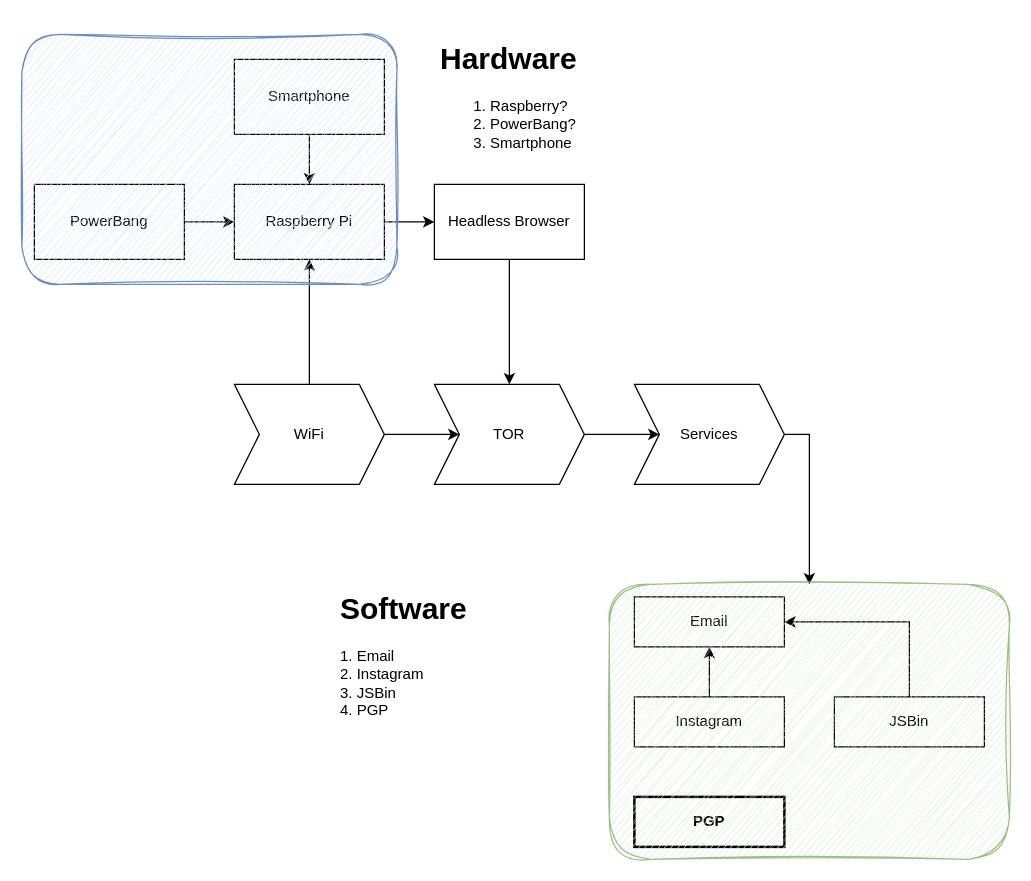
Earlier version of the draw.io diagram Untitled Diagram.drawio (rageofaxe/ecse). Source tidied: cells renumbered, new cells numbered last; positions are measured from the earlier drawing's top-left corner, leaving out a move shared by most shapes. Both pictures are drawn from the tidied source at 125%, with x=0, y=0 at pixel (21, 34).
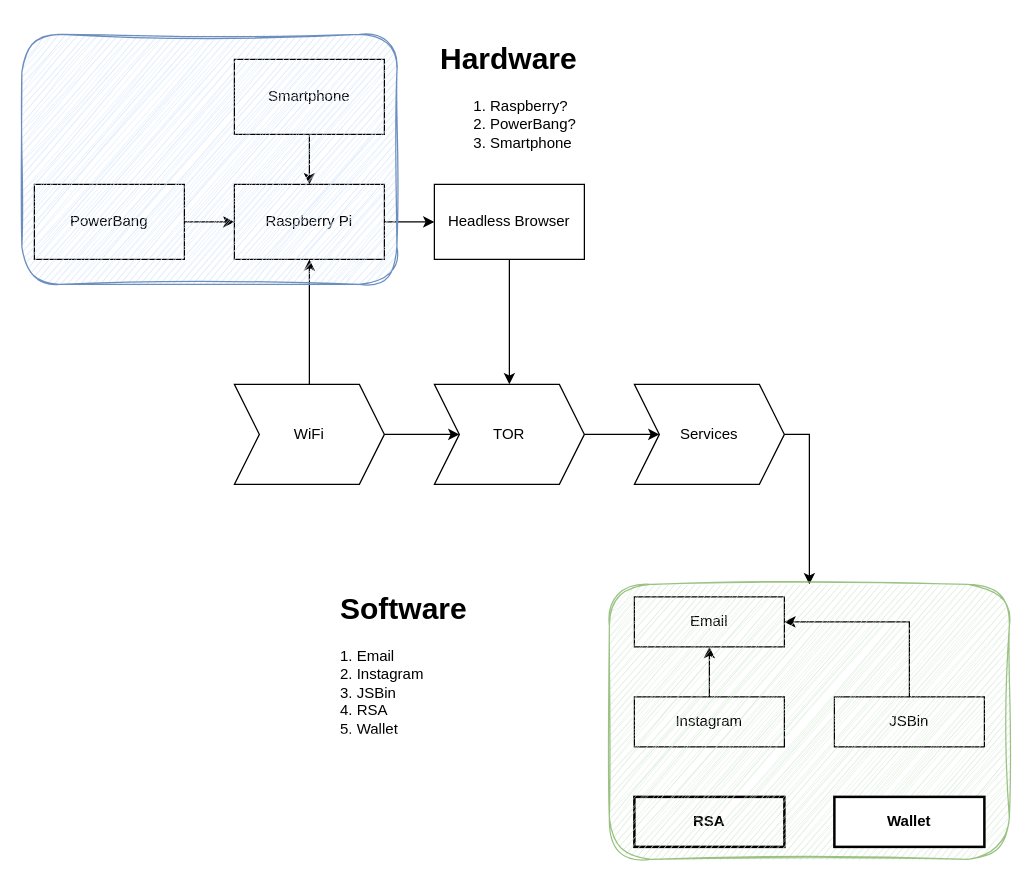
The same diagram, later.

The edit, as a diff of the source:
```diff
@@
-    <mxCell id="22" value="PGP" style="rounded=0;whiteSpace=wrap;html=1;strokeWidth=2;perimeterSpacing=1;fontStyle=1;" parent="1" vertex="1">
+    <mxCell id="22" value="RSA" style="rounded=0;whiteSpace=wrap;html=1;strokeWidth=2;perimeterSpacing=1;fontStyle=1;" parent="1" vertex="1">
       <mxGeometry x="490" y="610" width="120" height="40" as="geometry" />
     </mxCell>
@@
-    <mxCell id="26" value="&lt;h1&gt;Software&lt;/h1&gt;&lt;div&gt;1. Email&lt;/div&gt;&lt;div&gt;2. Instagram&lt;/div&gt;&lt;div&gt;3. JSBin&lt;/div&gt;&lt;div&gt;4. PGP&lt;/div&gt;" style="text;html=1;strokeColor=none;fillColor=none;spacing=5;spacingTop=-20;whiteSpace=wrap;overflow=hidden;rounded=0;" parent="1" vertex="1">
+    <mxCell id="26" value="&lt;h1&gt;Software&lt;/h1&gt;&lt;div&gt;1. Email&lt;/div&gt;&lt;div&gt;2. Instagram&lt;/div&gt;&lt;div&gt;3. JSBin&lt;/div&gt;&lt;div&gt;4. RSA&lt;/div&gt;&lt;div&gt;5. Wallet&lt;/div&gt;" style="text;html=1;strokeColor=none;fillColor=none;spacing=5;spacingTop=-20;whiteSpace=wrap;overflow=hidden;rounded=0;" parent="1" vertex="1">
       <mxGeometry x="250" y="440" width="190" height="120" as="geometry" />
     </mxCell>
+    <mxCell id="27" value="Wallet" style="rounded=0;whiteSpace=wrap;html=1;strokeWidth=2;perimeterSpacing=1;fontStyle=1;" parent="1" vertex="1">
+      <mxGeometry x="650" y="610" width="120" height="40" as="geometry" />
+    </mxCell>
```
